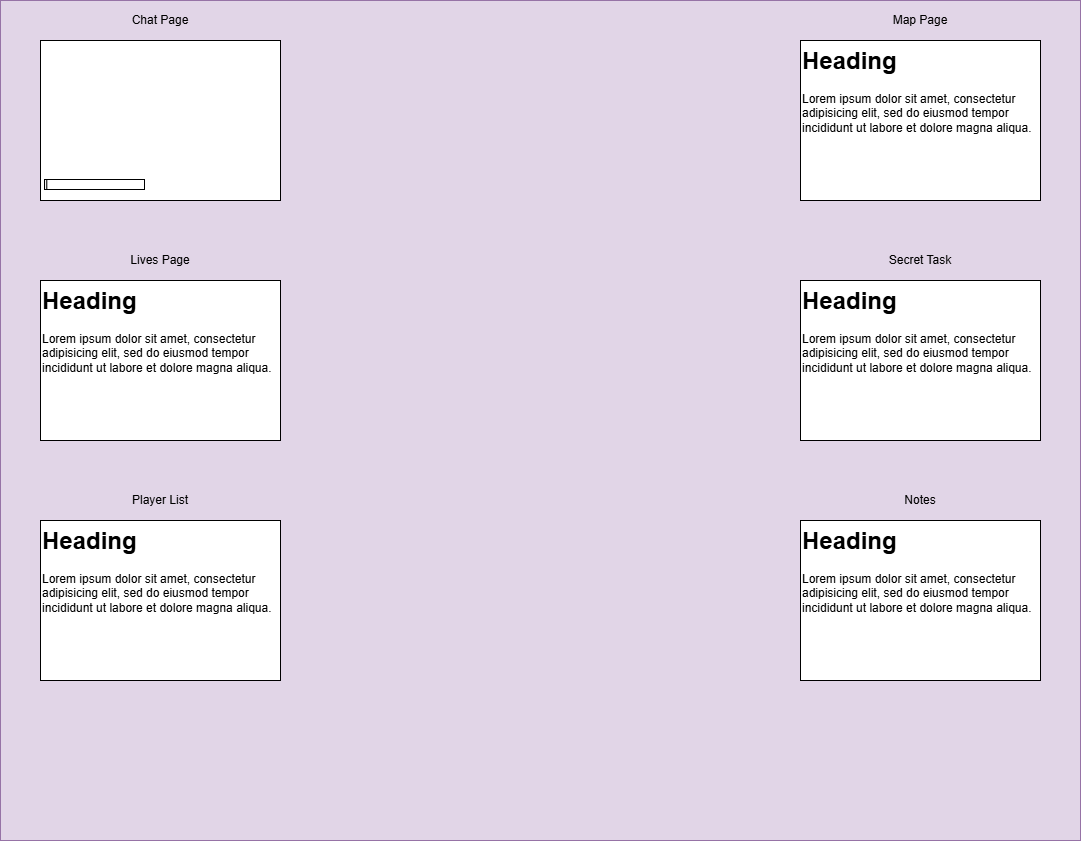
kaireinhold/iris-comms_for_dnd keeps this draw.io diagram as wireframe.drawio.png. Above is the earlier version. Source tidied: cells renumbered, new cells last; positions are measured from the earlier drawing's top-left corner, leaving out a move shared by most shapes.
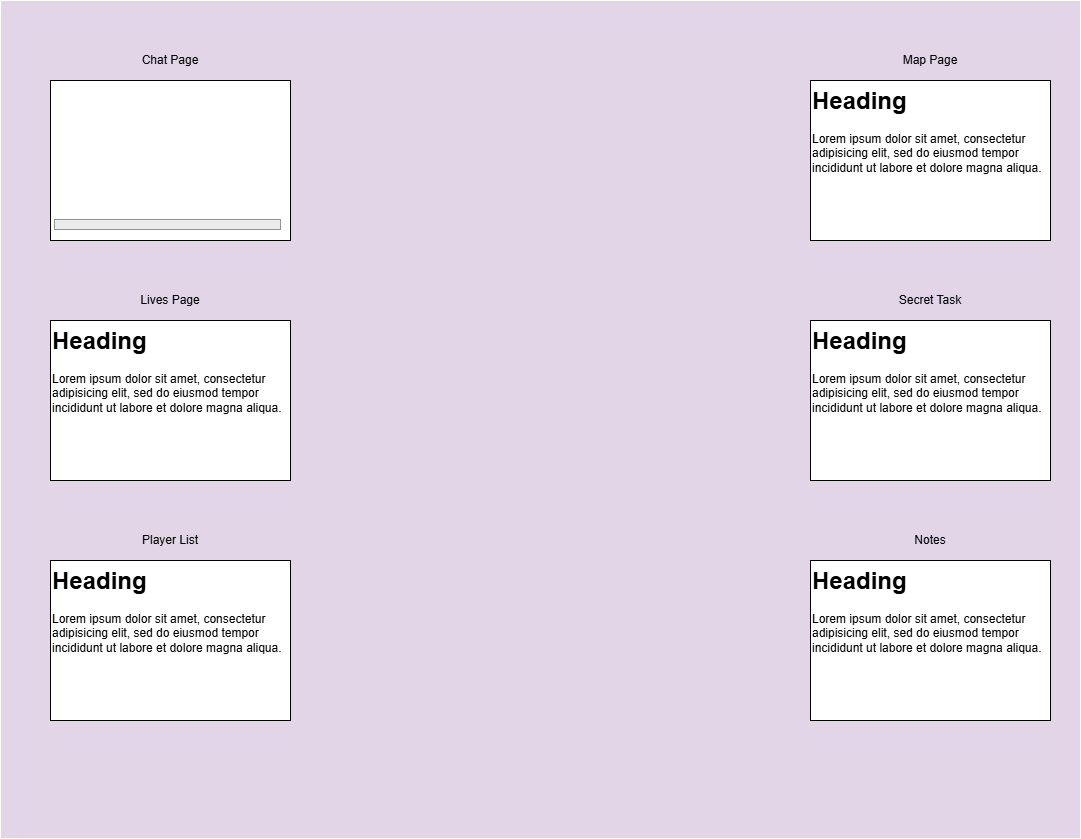
After the change.

What changed in the source:
```diff
@@ -2,17 +2,17 @@
   <root>
     <mxCell id="0" />
     <mxCell id="1" parent="0" />
-    <mxCell id="2" style="rounded=0;whiteSpace=wrap;html=1;fillColor=#e1d5e7;strokeColor=#9673a6;" parent="1" vertex="1">
-      <mxGeometry width="1080" height="840" as="geometry" />
+    <mxCell id="2" style="rounded=0;whiteSpace=wrap;html=1;fillColor=#e1d5e7;strokeColor=#ffffff;gradientColor=none;" parent="1" vertex="1">
+      <mxGeometry x="-10" y="-40" width="1080" height="838" as="geometry" />
     </mxCell>
+    <mxCell id="4" value="&lt;h1 style=&quot;margin-top: 0px;&quot;&gt;&lt;br&gt;&lt;/h1&gt;&lt;div&gt;&lt;br&gt;&lt;/div&gt;&lt;div&gt;&lt;br&gt;&lt;/div&gt;&lt;div&gt;&lt;br&gt;&lt;/div&gt;&lt;div&gt;&lt;br&gt;&lt;/div&gt;&lt;div&gt;&lt;br&gt;&lt;/div&gt;&lt;div&gt;&lt;br&gt;&lt;/div&gt;&lt;div&gt;&amp;nbsp;l&lt;/div&gt;" style="text;html=1;whiteSpace=wrap;overflow=hidden;rounded=0;fillColor=none;" parent="1" vertex="1">
+      <mxGeometry x="40" y="40" width="240" height="160" as="geometry" />
+    </mxCell>
     <mxCell id="3" style="rounded=0;whiteSpace=wrap;html=1;" parent="1" vertex="1">
       <mxGeometry x="40" y="40" width="240" height="160" as="geometry" />
     </mxCell>
-    <mxCell id="4" value="&lt;h1 style=&quot;margin-top: 0px;&quot;&gt;&lt;br&gt;&lt;/h1&gt;&lt;div&gt;&lt;br&gt;&lt;/div&gt;&lt;div&gt;&lt;br&gt;&lt;/div&gt;&lt;div&gt;&lt;br&gt;&lt;/div&gt;&lt;div&gt;&lt;br&gt;&lt;/div&gt;&lt;div&gt;&lt;br&gt;&lt;/div&gt;&lt;div&gt;&lt;br&gt;&lt;/div&gt;&lt;div&gt;&amp;nbsp;l&lt;/div&gt;" style="text;html=1;whiteSpace=wrap;overflow=hidden;rounded=0;" parent="1" vertex="1">
-      <mxGeometry x="40" y="40" width="240" height="160" as="geometry" />
-    </mxCell>
-    <mxCell id="5" style="rounded=0;whiteSpace=wrap;html=1;fillStyle=auto;fillColor=none;gradientColor=none;gradientDirection=west;strokeColor=default;" parent="1" vertex="1">
-      <mxGeometry x="44" y="179" width="100" height="10" as="geometry" />
+    <mxCell id="5" style="rounded=0;whiteSpace=wrap;html=1;fillStyle=auto;fillColor=#CCCCCC;gradientColor=none;gradientDirection=west;strokeColor=default;glass=0;shadow=0;opacity=40;" parent="1" vertex="1">
+      <mxGeometry x="44" y="179" width="226" height="10" as="geometry" />
     </mxCell>
     <mxCell id="6" value="Chat Page" style="text;html=1;align=center;verticalAlign=middle;whiteSpace=wrap;rounded=0;" parent="1" vertex="1">
       <mxGeometry x="120" width="80" height="40" as="geometry" />
```
